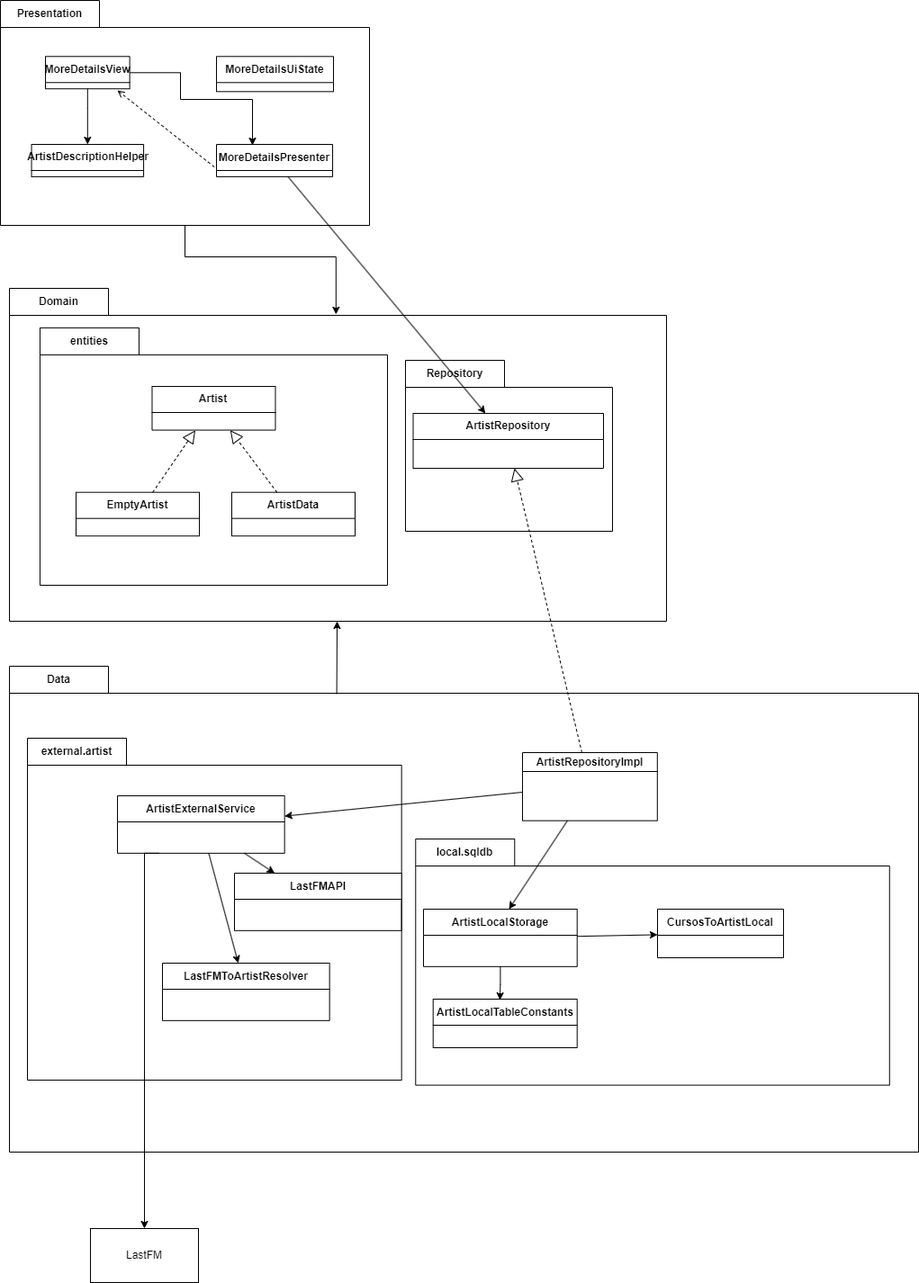
This is docs/MVP-DiagramClass.png from elagarrigue/AyDS23-Lisboa5, a draw.io export, as it was before one commit. Source tidied: cells renumbered, new cells last; positions are measured from the earlier drawing's top-left corner, leaving out a move shared by most shapes.
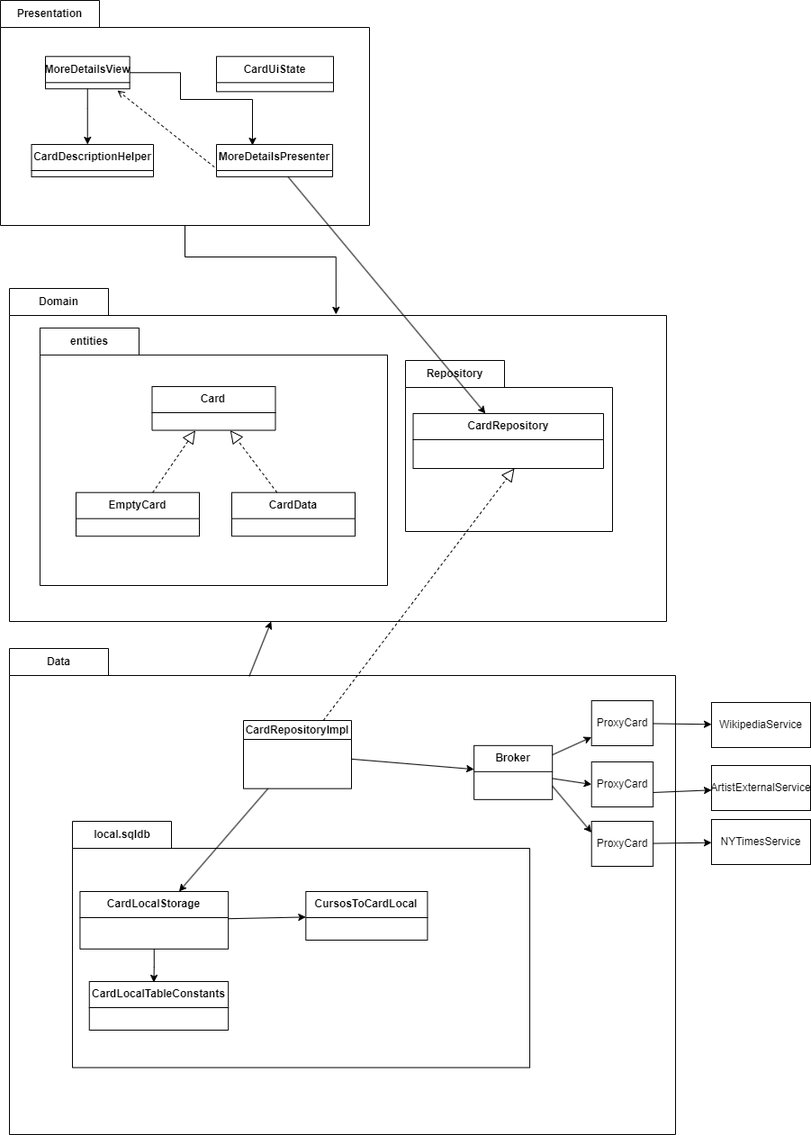
After the commit.

Commit message:
Updated Diagram class

What changed in the source:
```diff
@@ -3,62 +3,71 @@
     <mxCell id="0" />
     <mxCell id="1" parent="0" />
     <mxCell id="2" value="Data" style="shape=folder;fontStyle=1;tabWidth=110;tabHeight=30;tabPosition=left;html=1;boundedLbl=1;labelInHeader=1;whiteSpace=wrap;" parent="1" vertex="1">
-      <mxGeometry x="10" y="740" width="1010" height="540" as="geometry" />
+      <mxGeometry x="10" y="720" width="740" height="540" as="geometry" />
     </mxCell>
     <mxCell id="3" style="html=1;strokeColor=none;fillColor=none;whiteSpace=wrap;" parent="2" vertex="1">
-      <mxGeometry width="925.05" height="393" relative="1" as="geometry">
+      <mxGeometry width="677.76" height="393" relative="1" as="geometry">
         <mxPoint y="120" as="offset" />
       </mxGeometry>
     </mxCell>
-    <mxCell id="4" value="ArtistRepositoryImpl" style="swimlane;fontStyle=1;align=center;verticalAlign=middle;horizontal=1;startSize=21;html=1;whiteSpace=wrap;" parent="2" vertex="1">
-      <mxGeometry x="570" y="96" width="149.8" height="75.7" as="geometry" />
+    <mxCell id="4" value="CardRepositoryImpl" style="swimlane;fontStyle=1;align=center;verticalAlign=middle;horizontal=1;startSize=21;html=1;whiteSpace=wrap;" parent="2" vertex="1">
+      <mxGeometry x="260" y="80" width="120" height="75.7" as="geometry" />
     </mxCell>
     <mxCell id="5" value="local.sqldb" style="shape=folder;fontStyle=1;tabWidth=110;tabHeight=30;tabPosition=left;html=1;boundedLbl=1;labelInHeader=1;whiteSpace=wrap;" parent="2" vertex="1">
-      <mxGeometry x="451.3" y="192" width="526.5" height="273.6" as="geometry" />
+      <mxGeometry x="70" y="192" width="508.1" height="273.6" as="geometry" />
     </mxCell>
     <mxCell id="6" style="html=1;strokeColor=none;fillColor=none;whiteSpace=wrap;" parent="5" vertex="1">
-      <mxGeometry width="526.49" height="191.52" relative="1" as="geometry">
+      <mxGeometry width="508.07" height="191.52" relative="1" as="geometry">
         <mxPoint y="30" as="offset" />
       </mxGeometry>
     </mxCell>
     <mxCell id="7" style="edgeStyle=orthogonalEdgeStyle;rounded=0;jettySize=auto;html=1;entryX=0.464;entryY=0.019;entryDx=0;entryDy=0;entryPerimeter=0;" parent="5" edge="1" source="8" target="11">
       <mxGeometry relative="1" as="geometry" />
     </mxCell>
-    <mxCell id="8" value="ArtistLocalStorage" style="swimlane;fontStyle=1;align=center;verticalAlign=middle;horizontal=1;startSize=29;html=1;whiteSpace=wrap;" parent="5" vertex="1">
-      <mxGeometry x="8.7" y="78" width="170.7" height="63.8" as="geometry" />
+    <mxCell id="8" value="CardLocalStorage" style="swimlane;fontStyle=1;align=center;verticalAlign=middle;horizontal=1;startSize=29;html=1;whiteSpace=wrap;" parent="5" vertex="1">
+      <mxGeometry x="8.4" y="78" width="164.7" height="63.8" as="geometry" />
     </mxCell>
-    <mxCell id="9" value="CursosToArtistLocal" style="swimlane;fontStyle=1;align=center;verticalAlign=middle;horizontal=1;startSize=29;html=1;whiteSpace=wrap;" parent="5" vertex="1">
-      <mxGeometry x="268.7" y="78" width="140" height="54" as="geometry" />
+    <mxCell id="9" value="CursosToCardLocal" style="swimlane;fontStyle=1;align=center;verticalAlign=middle;horizontal=1;startSize=29;html=1;whiteSpace=wrap;" parent="5" vertex="1">
+      <mxGeometry x="259.3" y="78" width="135.1" height="54" as="geometry" />
     </mxCell>
     <mxCell id="10" style="endArrow=classic;html=1;rounded=0;" parent="5" edge="1" source="8" target="9">
       <mxGeometry relative="1" as="geometry" />
     </mxCell>
-    <mxCell id="11" value="ArtistLocalTableConstants" style="swimlane;fontStyle=1;align=center;verticalAlign=middle;horizontal=1;startSize=29;html=1;whiteSpace=wrap;" parent="5" vertex="1">
-      <mxGeometry x="19.4" y="178" width="160" height="54" as="geometry" />
+    <mxCell id="11" value="CardLocalTableConstants" style="swimlane;fontStyle=1;align=center;verticalAlign=middle;horizontal=1;startSize=29;html=1;whiteSpace=wrap;" parent="5" vertex="1">
+      <mxGeometry x="18.8" y="178" width="154.4" height="54" as="geometry" />
     </mxCell>
-    <mxCell id="12" value="external.artist" style="shape=folder;fontStyle=1;tabWidth=110;tabHeight=30;tabPosition=left;html=1;boundedLbl=1;labelInHeader=1;whiteSpace=wrap;" parent="2" vertex="1">
-      <mxGeometry x="20" y="80" width="415.7" height="380" as="geometry" />
-    </mxCell>
-    <mxCell id="13" style="html=1;strokeColor=none;fillColor=none;whiteSpace=wrap;" parent="12" vertex="1">
-      <mxGeometry width="400" height="266" relative="1" as="geometry">
-        <mxPoint y="30" as="offset" />
-      </mxGeometry>
-    </mxCell>
-    <mxCell id="14" value="ArtistExternalService" style="swimlane;fontStyle=1;align=center;verticalAlign=middle;horizontal=1;startSize=29;html=1;whiteSpace=wrap;" parent="12" vertex="1">
-      <mxGeometry x="100" y="64" width="185.7" height="63.8" as="geometry" />
-    </mxCell>
-    <mxCell id="15" value="LastFMAPI" style="swimlane;fontStyle=1;align=center;verticalAlign=middle;horizontal=1;startSize=29;html=1;whiteSpace=wrap;" parent="12" vertex="1">
-      <mxGeometry x="230" y="150" width="185.7" height="63.8" as="geometry" />
-    </mxCell>
-    <mxCell id="16" value="LastFMToArtistResolver" style="swimlane;fontStyle=1;align=center;verticalAlign=middle;horizontal=1;startSize=29;html=1;whiteSpace=wrap;" parent="12" vertex="1">
-      <mxGeometry x="150" y="250" width="185.7" height="63.8" as="geometry" />
-    </mxCell>
-    <mxCell id="17" style="endArrow=classic;html=1;rounded=0;" parent="12" edge="1" source="14" target="15">
-      <mxGeometry relative="1" as="geometry" />
-    </mxCell>
-    <mxCell id="18" style="endArrow=classic;html=1;rounded=0;" parent="12" edge="1" source="14" target="16">
-      <mxGeometry relative="1" as="geometry" />
-    </mxCell>
+    <mxCell id="42" style="endArrow=classic;html=1;rounded=0;" parent="2" edge="1" source="4" target="8">
+      <mxGeometry relative="1" as="geometry" />
+    </mxCell>
+    <mxCell id="48" value="Broker" style="swimlane;fontStyle=1;align=center;verticalAlign=middle;horizontal=1;startSize=29;html=1;whiteSpace=wrap;" parent="2" vertex="1">
+      <mxGeometry x="516.1" y="107.8" width="87.1" height="60" as="geometry" />
+    </mxCell>
+    <mxCell id="49" style="endArrow=classic;html=1;rounded=0;" parent="2" edge="1" source="4" target="48">
+      <mxGeometry relative="1" as="geometry" />
+    </mxCell>
+    <mxCell id="50" value="ProxyCard" style="html=1;whiteSpace=wrap;" parent="2" vertex="1">
+      <mxGeometry x="646.7" y="58" width="68.4" height="50" as="geometry" />
+    </mxCell>
+    <mxCell id="51" value="ProxyCard" style="html=1;whiteSpace=wrap;" parent="2" vertex="1">
+      <mxGeometry x="646.7" y="126" width="68.4" height="50" as="geometry" />
+    </mxCell>
+    <mxCell id="52" value="ProxyCard" style="html=1;whiteSpace=wrap;" parent="2" vertex="1">
+      <mxGeometry x="646.7" y="192" width="68.4" height="50" as="geometry" />
+    </mxCell>
+    <mxCell id="53" style="endArrow=classic;html=1;rounded=0;" parent="2" edge="1" source="48" target="50">
+      <mxGeometry relative="1" as="geometry" />
+    </mxCell>
+    <mxCell id="54" style="endArrow=classic;html=1;rounded=0;entryX=0;entryY=0.5;entryDx=0;entryDy=0;" parent="2" edge="1" source="48" target="51">
+      <mxGeometry relative="1" as="geometry" />
+    </mxCell>
+    <mxCell id="55" style="endArrow=classic;html=1;rounded=0;entryX=0;entryY=0.25;entryDx=0;entryDy=0;exitX=1;exitY=0.75;exitDx=0;exitDy=0;" parent="2" edge="1" source="48" target="52">
+      <mxGeometry relative="1" as="geometry" />
+    </mxCell>
+    <mxCell id="56" style="endArrow=classic;html=1;rounded=0;" parent="2" edge="1" target="14">
+      <mxGeometry relative="1" as="geometry">
+        <mxPoint x="715.1" y="160" as="sourcePoint" />
+      </mxGeometry>
+    </mxCell>
     <mxCell id="19" style="edgeStyle=orthogonalEdgeStyle;rounded=0;jettySize=auto;html=1;entryX=0.497;entryY=0.078;entryDx=0;entryDy=0;entryPerimeter=0;" parent="1" edge="1" source="20" target="29">
       <mxGeometry relative="1" as="geometry" />
     </mxCell>
@@ -68,14 +77,14 @@
     <mxCell id="21" style="html=1;strokeColor=none;fillColor=none;whiteSpace=wrap;" parent="20" vertex="1">
       <mxGeometry width="282.76" height="197.67" relative="1" as="geometry" />
     </mxCell>
-    <mxCell id="22" value="MoreDetailsUiState" style="swimlane;fontStyle=1;align=center;verticalAlign=middle;horizontal=1;startSize=29;html=1;whiteSpace=wrap;" parent="20" vertex="1">
+    <mxCell id="22" value="CardUiState" style="swimlane;fontStyle=1;align=center;verticalAlign=middle;horizontal=1;startSize=29;html=1;whiteSpace=wrap;" parent="20" vertex="1">
       <mxGeometry x="240" y="62.3" width="130" height="39" as="geometry" />
     </mxCell>
     <mxCell id="23" value="MoreDetailsPresenter" style="swimlane;fontStyle=1;align=center;verticalAlign=middle;horizontal=1;startSize=29;html=1;whiteSpace=wrap;" parent="20" vertex="1">
       <mxGeometry x="240" y="160" width="129.1" height="35.9" as="geometry" />
     </mxCell>
-    <mxCell id="24" value="ArtistDescriptionHelper" style="swimlane;fontStyle=1;align=center;verticalAlign=middle;horizontal=1;startSize=29;html=1;whiteSpace=wrap;" parent="20" vertex="1">
-      <mxGeometry x="34.5" y="160" width="124.5" height="35.9" as="geometry" />
+    <mxCell id="24" value="CardDescriptionHelper" style="swimlane;fontStyle=1;align=center;verticalAlign=middle;horizontal=1;startSize=29;html=1;whiteSpace=wrap;" parent="20" vertex="1">
+      <mxGeometry x="34.5" y="160" width="135.5" height="35.9" as="geometry" />
     </mxCell>
     <mxCell id="25" style="edgeStyle=orthogonalEdgeStyle;rounded=0;jettySize=auto;html=1;entryX=0.31;entryY=0.028;entryDx=0;entryDy=0;entryPerimeter=0;" parent="20" edge="1" source="27" target="23">
       <mxGeometry relative="1" as="geometry">
@@ -118,13 +127,13 @@
         <mxPoint y="30" as="offset" />
       </mxGeometry>
     </mxCell>
-    <mxCell id="33" value="Artist" style="swimlane;fontStyle=1;align=center;verticalAlign=middle;horizontal=1;startSize=29;html=1;whiteSpace=wrap;" parent="31" vertex="1">
+    <mxCell id="33" value="Card" style="swimlane;fontStyle=1;align=center;verticalAlign=middle;horizontal=1;startSize=29;html=1;whiteSpace=wrap;" parent="31" vertex="1">
       <mxGeometry x="124.5" y="65.1" width="137" height="48.6" as="geometry" />
     </mxCell>
-    <mxCell id="34" value="EmptyArtist" style="swimlane;fontStyle=1;align=center;verticalAlign=middle;horizontal=1;startSize=29;html=1;whiteSpace=wrap;" parent="31" vertex="1">
+    <mxCell id="34" value="EmptyCard" style="swimlane;fontStyle=1;align=center;verticalAlign=middle;horizontal=1;startSize=29;html=1;whiteSpace=wrap;" parent="31" vertex="1">
       <mxGeometry x="40" y="182.8" width="137" height="48.6" as="geometry" />
     </mxCell>
-    <mxCell id="35" value="ArtistData" style="swimlane;fontStyle=1;align=center;verticalAlign=middle;horizontal=1;startSize=29;html=1;whiteSpace=wrap;" parent="31" vertex="1">
+    <mxCell id="35" value="CardData" style="swimlane;fontStyle=1;align=center;verticalAlign=middle;horizontal=1;startSize=29;html=1;whiteSpace=wrap;" parent="31" vertex="1">
       <mxGeometry x="213" y="182.8" width="137" height="48.6" as="geometry" />
     </mxCell>
     <mxCell id="36" style="endArrow=block;dashed=1;endFill=0;endSize=12;html=1;rounded=0;" parent="31" edge="1" source="35" target="33">
@@ -143,40 +152,34 @@
         <mxPoint y="30" as="offset" />
       </mxGeometry>
     </mxCell>
-    <mxCell id="40" value="ArtistRepository" style="swimlane;fontStyle=1;align=center;verticalAlign=middle;horizontal=1;startSize=29;html=1;whiteSpace=wrap;" parent="38" vertex="1">
+    <mxCell id="40" value="CardRepository" style="swimlane;fontStyle=1;align=center;verticalAlign=middle;horizontal=1;startSize=29;html=1;whiteSpace=wrap;" parent="38" vertex="1">
       <mxGeometry x="8.5" y="59" width="211.5" height="61" as="geometry" />
     </mxCell>
     <mxCell id="41" style="endArrow=classic;html=1;rounded=0;" parent="1" edge="1" source="23" target="40">
       <mxGeometry relative="1" as="geometry" />
     </mxCell>
-    <mxCell id="42" style="endArrow=classic;html=1;rounded=0;" parent="1" edge="1" source="4">
-      <mxGeometry relative="1" as="geometry">
-        <mxPoint x="565" y="1010" as="targetPoint" />
-      </mxGeometry>
-    </mxCell>
-    <mxCell id="43" style="endArrow=classic;html=1;rounded=0;" parent="1" edge="1" target="14">
-      <mxGeometry relative="1" as="geometry">
-        <mxPoint x="580" y="880" as="sourcePoint" />
-      </mxGeometry>
-    </mxCell>
-    <mxCell id="44" style="endArrow=block;dashed=1;endFill=0;endSize=12;html=1;rounded=0;" parent="1" edge="1">
+    <mxCell id="44" style="endArrow=block;dashed=1;endFill=0;endSize=12;html=1;rounded=0;" parent="1" edge="1" source="4">
       <mxGeometry relative="1" as="geometry">
-        <mxPoint x="646" y="836" as="sourcePoint" />
         <mxPoint x="571" y="520" as="targetPoint" />
       </mxGeometry>
     </mxCell>
     <mxCell id="45" style="endArrow=classic;html=1;rounded=0;exitX=0.36;exitY=0.057;exitDx=0;exitDy=0;exitPerimeter=0;" parent="1" edge="1" source="2" target="29">
       <mxGeometry relative="1" as="geometry" />
     </mxCell>
-    <mxCell id="46" value="LastFM" style="rounded=0;whiteSpace=wrap;html=1;" parent="1" vertex="1">
-      <mxGeometry x="100" y="1365" width="120" height="60" as="geometry" />
-    </mxCell>
-    <mxCell id="47" style="edgeStyle=orthogonalEdgeStyle;rounded=0;jettySize=auto;html=1;exitX=0.25;exitY=1;exitDx=0;exitDy=0;" parent="1" edge="1" source="14" target="46">
-      <mxGeometry relative="1" as="geometry">
-        <Array as="points">
-          <mxPoint x="160" y="948" />
-        </Array>
-      </mxGeometry>
-    </mxCell>
+    <mxCell id="57" value="WikipediaService" style="html=1;whiteSpace=wrap;" parent="1" vertex="1">
+      <mxGeometry x="790" y="780" width="110" height="50" as="geometry" />
+    </mxCell>
+    <mxCell id="14" value="ArtistExternalService" style="html=1;whiteSpace=wrap;" parent="1" vertex="1">
+      <mxGeometry x="790" y="850" width="110" height="50" as="geometry" />
+    </mxCell>
+    <mxCell id="58" value="NYTimesService" style="html=1;whiteSpace=wrap;" parent="1" vertex="1">
+      <mxGeometry x="790" y="910" width="110" height="50" as="geometry" />
+    </mxCell>
+    <mxCell id="59" style="endArrow=classic;html=1;rounded=0;" parent="1" edge="1" source="52" target="58">
+      <mxGeometry relative="1" as="geometry" />
+    </mxCell>
+    <mxCell id="60" style="endArrow=classic;html=1;rounded=0;" parent="1" edge="1" source="50" target="57">
+      <mxGeometry relative="1" as="geometry" />
+    </mxCell>
   </root>
 </mxGraphModel>
```
